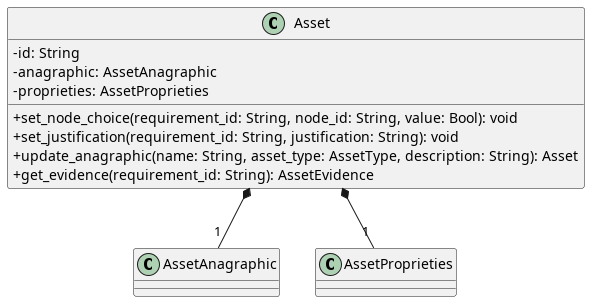
This is src/PB/DocumentazioneEsterna/Specifica_Tecnica/content/uml/png/CreateAsset/Asset.png from GroupRubberDuck/Documentazione, a PlantUML export, as it was before one commit.
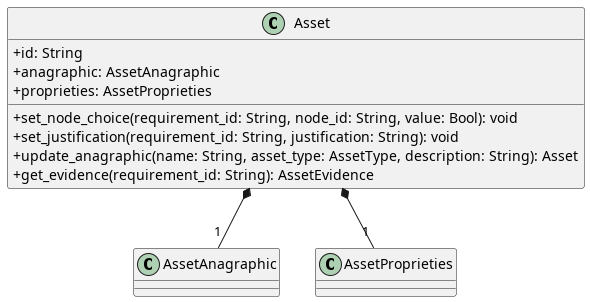
The same diagram one commit later.

What changed in the source:
```diff
@@ -1,9 +1,9 @@
 @startuml Asset
 skinparam classAttributeIconSize 0
 class Asset {
-    - id: String
-    - anagraphic: AssetAnagraphic
-    - proprieties: AssetProprieties
+    + id: String
+    + anagraphic: AssetAnagraphic
+    + proprieties: AssetProprieties
 
     + set_node_choice(requirement_id: String, node_id: String, value: Bool): void
     + set_justification(requirement_id: String, justification: String): void
```
